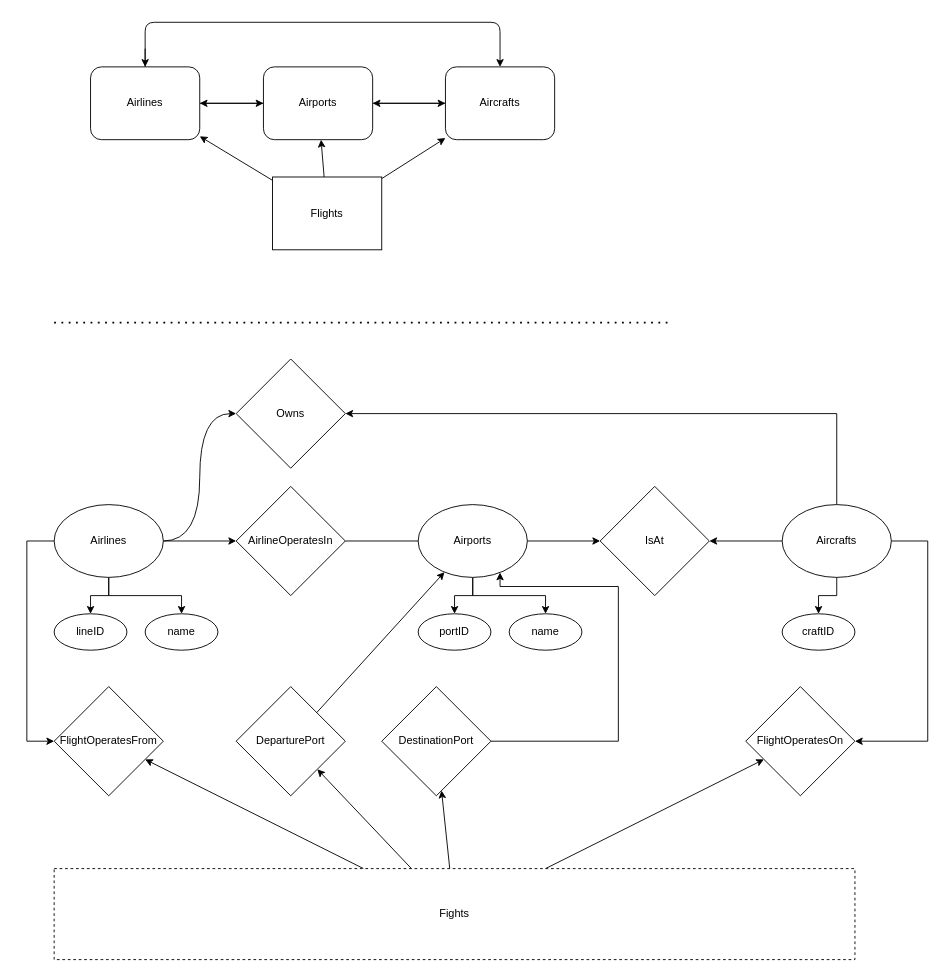
Earlier version of the draw.io diagram page "PhysicalLayer" (3 of 7) of ERDiagram.drawio (kyle4036/DatabaseManagement2026Project1). Source tidied: cells renumbered, new cells numbered last; positions are measured from the earlier drawing's top-left corner, leaving out a move shared by most shapes. Both pictures are drawn from the tidied source at 91%, with x=0, y=0 at pixel (26, 22).
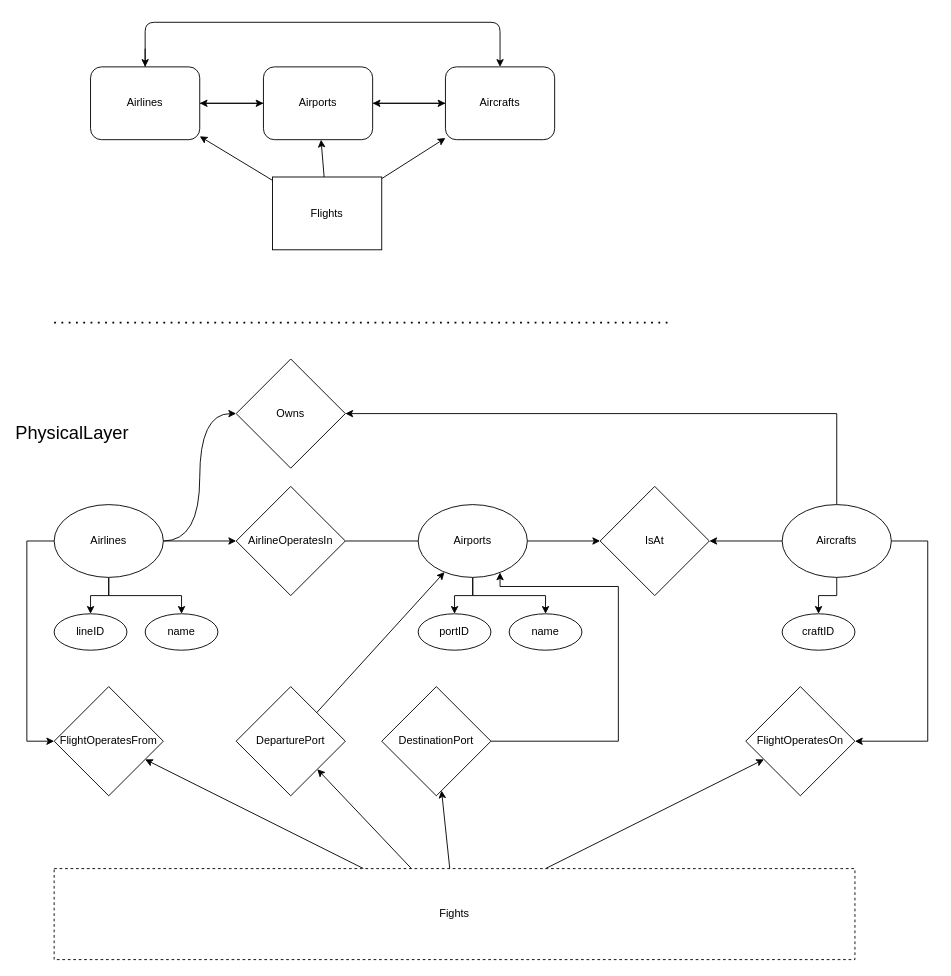
The same page after the edit.

Change to the diagram source:
```diff
@@
+    <mxCell id="51" value="&lt;font style=&quot;font-size: 20px;&quot;&gt;PhysicalLayer&lt;/font&gt;" style="text;html=1;whiteSpace=wrap;strokeColor=none;fillColor=none;align=center;verticalAlign=middle;rounded=0;" parent="1" vertex="1">
+      <mxGeometry x="-10" y="410" width="120" height="80" as="geometry" />
+    </mxCell>
```
